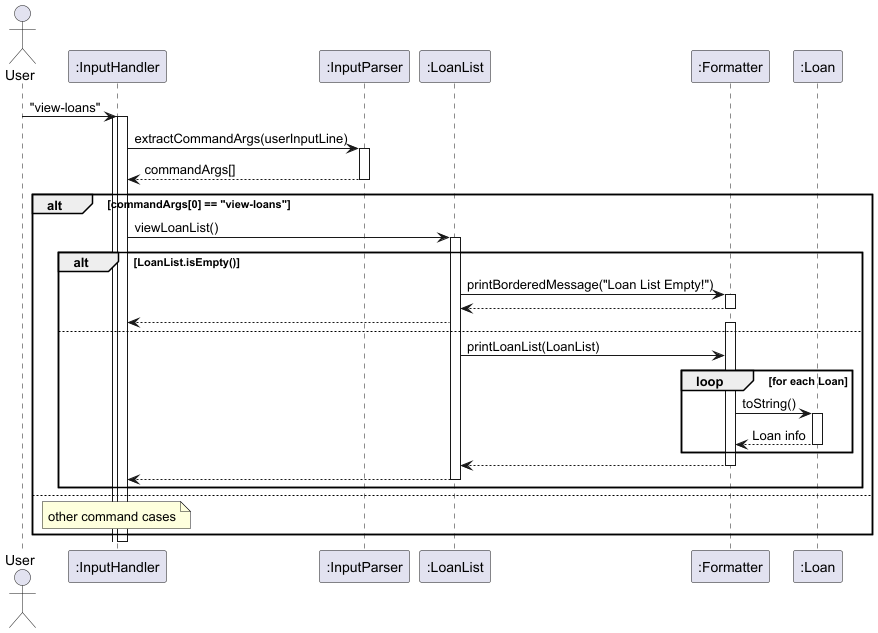
This is docs/images/viewLoans.png from AY2425S2-CS2113-T12-2/tp, a PlantUML export, as it was before one commit.
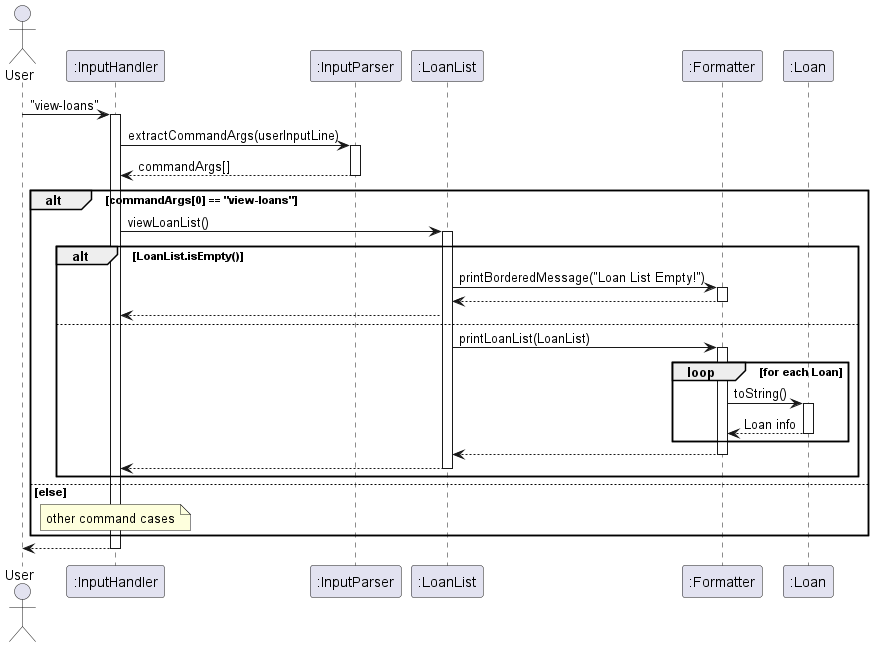
Above is the later version.

Commit message:
Update UML diagrams for viewInventory, viewLoans

Change to the diagram source:
```diff
@@ -9,7 +9,6 @@
 
 User -> InputHandler: "view-loans"
 activate InputHandler
-    activate InputHandler
     InputHandler -> InputParser: extractCommandArgs(userInputLine)
     activate InputParser
     InputParser --> InputHandler: commandArgs[]
@@ -24,8 +23,8 @@
             deactivate Formatter
             LoanList --> InputHandler
         else
+            LoanList -> Formatter: printLoanList(LoanList)
             activate Formatter
-            LoanList -> Formatter: printLoanList(LoanList)
                 loop for each Loan
                     Formatter -> Loan: toString()
                     activate Loan
@@ -37,11 +36,13 @@
         LoanList --> InputHandler
         deactivate LoanList
         end
-    else
+    else else
     note over InputHandler
     other command cases
     end note
 end
+InputHandler --> User
 deactivate InputHandler
 
+
 @enduml
```
